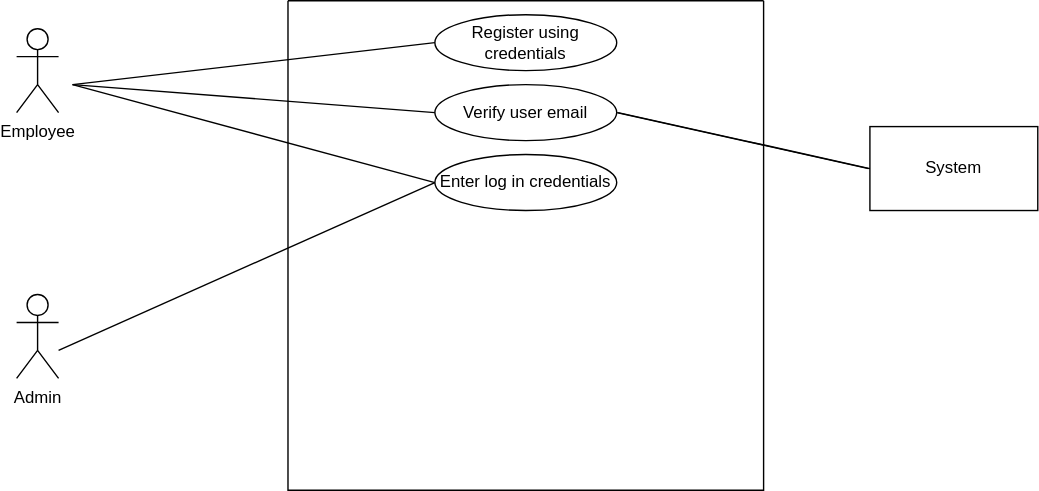
The draw.io diagram Untitled Diagram.drawio.svg in Simamkele88/IFM3_GP, before a commit. Source tidied: cells renumbered, new cells last; positions are measured from the earlier drawing's top-left corner, leaving out a move shared by most shapes. The source it was exported from:
```xml
<mxGraphModel>
  <root>
    <mxCell id="0" />
    <mxCell id="1" parent="0" />
    <mxCell id="2" value="Employee" style="shape=umlActor;verticalLabelPosition=bottom;verticalAlign=top;html=1;" parent="1" vertex="1">
      <mxGeometry y="20" width="30" height="60" as="geometry" />
    </mxCell>
    <mxCell id="3" value="Admin" style="shape=umlActor;verticalLabelPosition=bottom;verticalAlign=top;html=1;" parent="1" vertex="1">
      <mxGeometry y="210" width="30" height="60" as="geometry" />
    </mxCell>
    <mxCell id="4" value="System" style="rounded=0;whiteSpace=wrap;html=1;" parent="1" vertex="1">
      <mxGeometry x="610" y="90" width="120" height="60" as="geometry" />
    </mxCell>
    <mxCell id="5" style="swimlane;startSize=0;" parent="1" vertex="1">
      <mxGeometry x="194" width="340" height="350" as="geometry" />
    </mxCell>
    <mxCell id="6" value="Enter log in credentials" style="ellipse;whiteSpace=wrap;html=1;strokeColor=default;align=center;verticalAlign=middle;fontFamily=Helvetica;fontSize=12;fontColor=default;fillColor=default;" parent="5" vertex="1">
      <mxGeometry x="105" y="110" width="130" height="40" as="geometry" />
    </mxCell>
    <mxCell id="7" value="Verify user email" style="ellipse;whiteSpace=wrap;html=1;strokeColor=default;align=center;verticalAlign=middle;fontFamily=Helvetica;fontSize=12;fontColor=default;fillColor=default;" parent="5" vertex="1">
      <mxGeometry x="105" y="60" width="130" height="40" as="geometry" />
    </mxCell>
    <mxCell id="8" value="Register using credentials" style="ellipse;whiteSpace=wrap;html=1;" parent="5" vertex="1">
      <mxGeometry x="105" y="10" width="130" height="40" as="geometry" />
    </mxCell>
    <mxCell id="9" style="endArrow=none;html=1;rounded=0;" parent="5" edge="1">
      <mxGeometry relative="1" as="geometry">
        <mxPoint x="235" y="80" as="sourcePoint" />
        <mxPoint x="415" y="120" as="targetPoint" />
        <Array as="points">
          <mxPoint x="325" y="100" />
        </Array>
      </mxGeometry>
    </mxCell>
    <mxCell id="10" style="endArrow=none;html=1;rounded=0;" parent="5" edge="1">
      <mxGeometry relative="1" as="geometry">
        <mxPoint x="-154" y="60" as="sourcePoint" />
        <mxPoint x="105" y="80" as="targetPoint" />
      </mxGeometry>
    </mxCell>
    <mxCell id="11" style="endArrow=none;html=1;rounded=0;entryX=0;entryY=0.5;entryDx=0;entryDy=0;" parent="1" edge="1" target="6">
      <mxGeometry relative="1" as="geometry">
        <mxPoint x="30" y="250" as="sourcePoint" />
      </mxGeometry>
    </mxCell>
    <mxCell id="12" style="endArrow=none;html=1;rounded=0;" parent="1" edge="1">
      <mxGeometry relative="1" as="geometry">
        <mxPoint x="430" y="80" as="sourcePoint" />
        <mxPoint x="610" y="120" as="targetPoint" />
        <Array as="points">
          <mxPoint x="520" y="100" />
        </Array>
      </mxGeometry>
    </mxCell>
    <mxCell id="13" style="endArrow=none;html=1;rounded=0;entryX=0;entryY=0.5;entryDx=0;entryDy=0;" parent="1" edge="1">
      <mxGeometry relative="1" as="geometry">
        <mxPoint x="40" y="60" as="sourcePoint" />
        <mxPoint x="299" y="130" as="targetPoint" />
      </mxGeometry>
    </mxCell>
    <mxCell id="14" style="endArrow=none;html=1;rounded=0;" parent="1" edge="1">
      <mxGeometry relative="1" as="geometry">
        <mxPoint x="40" y="60" as="sourcePoint" />
        <mxPoint x="299" y="30" as="targetPoint" />
      </mxGeometry>
    </mxCell>
  </root>
</mxGraphModel>
```
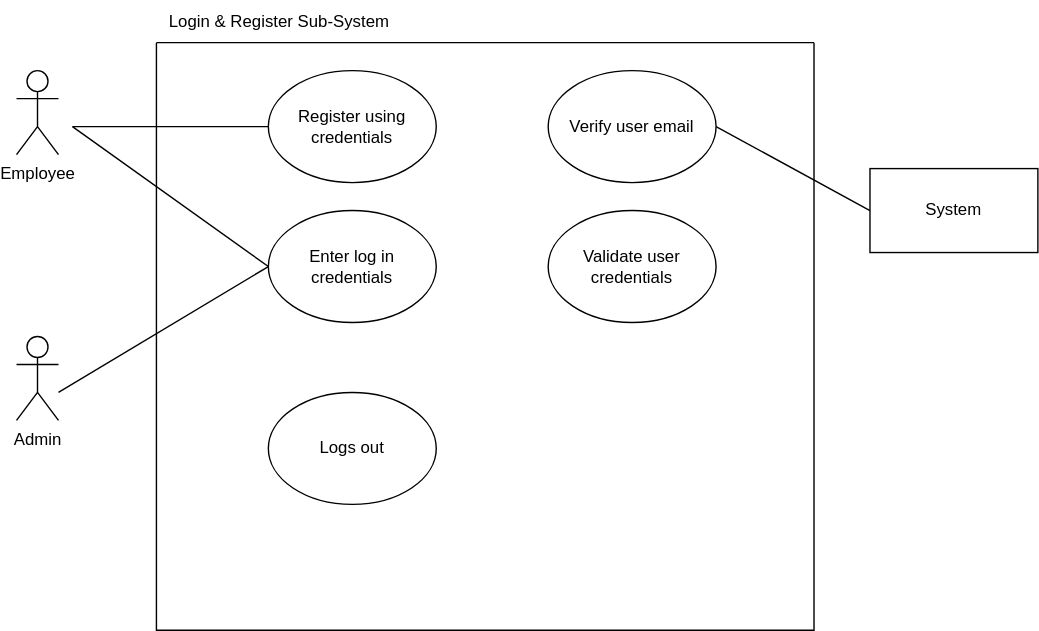
Later version of the same file.

Diff of the diagram source:
```diff
@@ -12,57 +12,43 @@
       <mxGeometry x="610" y="90" width="120" height="60" as="geometry" />
     </mxCell>
     <mxCell id="5" style="swimlane;startSize=0;" parent="1" vertex="1">
-      <mxGeometry x="194" width="340" height="350" as="geometry" />
+      <mxGeometry x="100" width="470" height="420" as="geometry" />
     </mxCell>
     <mxCell id="6" value="Enter log in credentials" style="ellipse;whiteSpace=wrap;html=1;strokeColor=default;align=center;verticalAlign=middle;fontFamily=Helvetica;fontSize=12;fontColor=default;fillColor=default;" parent="5" vertex="1">
-      <mxGeometry x="105" y="110" width="130" height="40" as="geometry" />
+      <mxGeometry x="80" y="120" width="120" height="80" as="geometry" />
     </mxCell>
     <mxCell id="7" value="Verify user email" style="ellipse;whiteSpace=wrap;html=1;strokeColor=default;align=center;verticalAlign=middle;fontFamily=Helvetica;fontSize=12;fontColor=default;fillColor=default;" parent="5" vertex="1">
-      <mxGeometry x="105" y="60" width="130" height="40" as="geometry" />
+      <mxGeometry x="280" y="20" width="120" height="80" as="geometry" />
     </mxCell>
     <mxCell id="8" value="Register using credentials" style="ellipse;whiteSpace=wrap;html=1;" parent="5" vertex="1">
-      <mxGeometry x="105" y="10" width="130" height="40" as="geometry" />
+      <mxGeometry x="80" y="20" width="120" height="80" as="geometry" />
     </mxCell>
-    <mxCell id="9" style="endArrow=none;html=1;rounded=0;" parent="5" edge="1">
-      <mxGeometry relative="1" as="geometry">
-        <mxPoint x="235" y="80" as="sourcePoint" />
-        <mxPoint x="415" y="120" as="targetPoint" />
-        <Array as="points">
-          <mxPoint x="325" y="100" />
-        </Array>
-      </mxGeometry>
-    </mxCell>
-    <mxCell id="10" style="endArrow=none;html=1;rounded=0;" parent="5" edge="1">
-      <mxGeometry relative="1" as="geometry">
-        <mxPoint x="-154" y="60" as="sourcePoint" />
-        <mxPoint x="105" y="80" as="targetPoint" />
-      </mxGeometry>
-    </mxCell>
+    <mxCell id="15" value="Logs out" style="ellipse;whiteSpace=wrap;html=1;strokeColor=default;align=center;verticalAlign=middle;fontFamily=Helvetica;fontSize=12;fontColor=default;fillColor=default;" parent="5" vertex="1">
+      <mxGeometry x="80" y="250" width="120" height="80" as="geometry" />
+    </mxCell>
+    <mxCell id="16" value="Validate user credentials" style="ellipse;whiteSpace=wrap;html=1;" parent="5" vertex="1">
+      <mxGeometry x="280" y="120" width="120" height="80" as="geometry" />
+    </mxCell>
     <mxCell id="11" style="endArrow=none;html=1;rounded=0;entryX=0;entryY=0.5;entryDx=0;entryDy=0;" parent="1" edge="1" target="6">
       <mxGeometry relative="1" as="geometry">
         <mxPoint x="30" y="250" as="sourcePoint" />
       </mxGeometry>
     </mxCell>
-    <mxCell id="12" style="endArrow=none;html=1;rounded=0;" parent="1" edge="1">
-      <mxGeometry relative="1" as="geometry">
-        <mxPoint x="430" y="80" as="sourcePoint" />
-        <mxPoint x="610" y="120" as="targetPoint" />
-        <Array as="points">
-          <mxPoint x="520" y="100" />
-        </Array>
-      </mxGeometry>
-    </mxCell>
-    <mxCell id="13" style="endArrow=none;html=1;rounded=0;entryX=0;entryY=0.5;entryDx=0;entryDy=0;" parent="1" edge="1">
+    <mxCell id="13" style="endArrow=none;html=1;rounded=0;entryX=0;entryY=0.5;entryDx=0;entryDy=0;" parent="1" edge="1" target="6">
       <mxGeometry relative="1" as="geometry">
         <mxPoint x="40" y="60" as="sourcePoint" />
-        <mxPoint x="299" y="130" as="targetPoint" />
       </mxGeometry>
     </mxCell>
-    <mxCell id="14" style="endArrow=none;html=1;rounded=0;" parent="1" edge="1">
+    <mxCell id="14" style="endArrow=none;html=1;rounded=0;entryX=0;entryY=0.5;entryDx=0;entryDy=0;" parent="1" edge="1" target="8">
       <mxGeometry relative="1" as="geometry">
         <mxPoint x="40" y="60" as="sourcePoint" />
-        <mxPoint x="299" y="30" as="targetPoint" />
       </mxGeometry>
     </mxCell>
+    <mxCell id="17" value="Login &amp;amp; Register Sub-System" style="text;html=1;align=center;verticalAlign=middle;whiteSpace=wrap;rounded=0;" parent="1" vertex="1">
+      <mxGeometry x="100" y="-30" width="176" height="30" as="geometry" />
+    </mxCell>
+    <mxCell id="9" style="endArrow=none;html=1;rounded=0;exitX=1;exitY=0.5;exitDx=0;exitDy=0;entryX=0;entryY=0.5;entryDx=0;entryDy=0;" parent="1" edge="1" source="7" target="4">
+      <mxGeometry relative="1" as="geometry" />
+    </mxCell>
   </root>
 </mxGraphModel>
```
